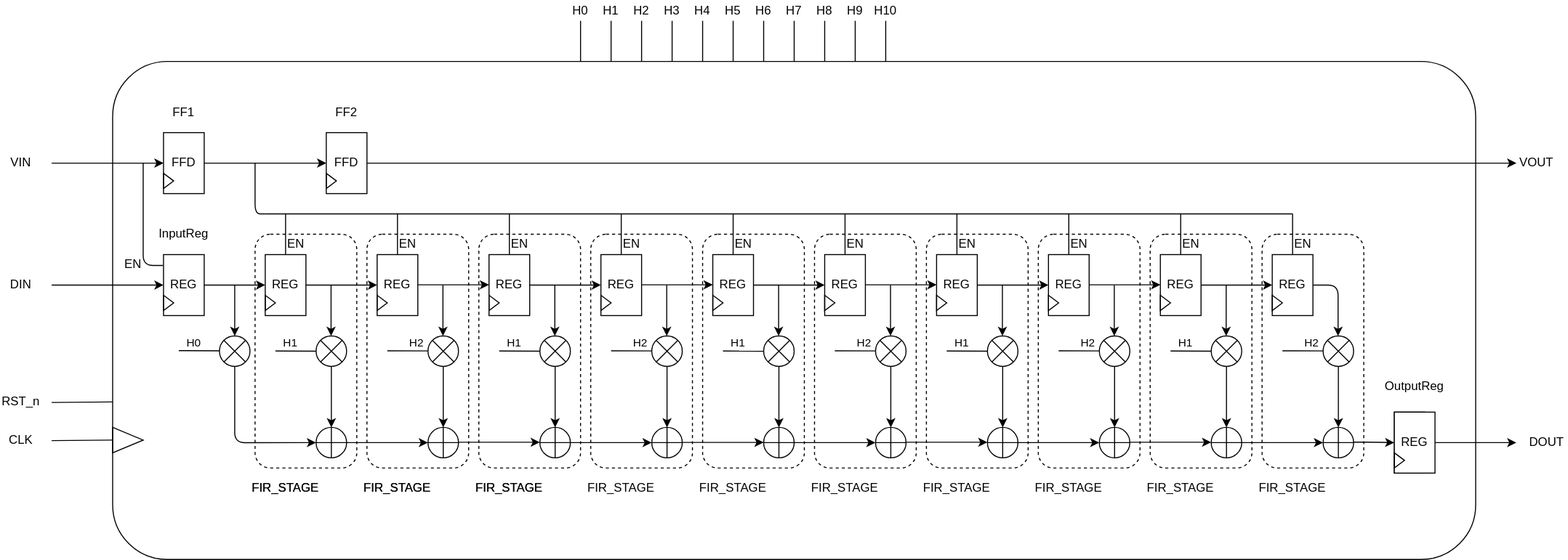
Above: report/schematic/FIR_schem.svg in lorenzocarrano/ISA_2021_Group21_Labs (draw.io), before the change. Source tidied: cells renumbered, new cells last; positions are measured from the earlier drawing's top-left corner, leaving out a move shared by most shapes.
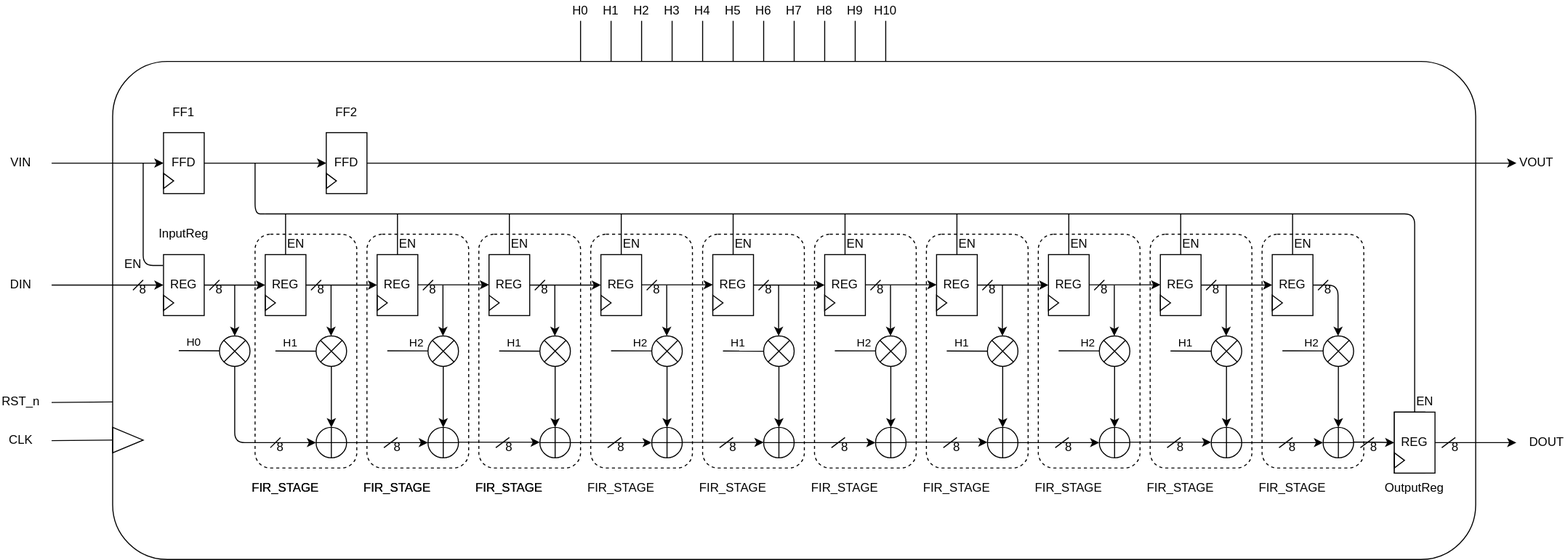
Above is the later version.

Commit message:
Fix FIR schem

Change to the diagram source:
```diff
@@ -188,10 +188,9 @@
         <mxPoint x="140" y="160" as="targetPoint" />
       </mxGeometry>
     </mxCell>
-    <mxCell id="44" style="endArrow=none;html=1;" parent="1" edge="1">
+    <mxCell id="44" style="endArrow=none;html=1;entryX=0.5;entryY=0;entryDx=0;entryDy=0;edgeStyle=orthogonalEdgeStyle;" parent="1" edge="1" target="148">
       <mxGeometry relative="1" as="geometry">
         <mxPoint x="260" y="210" as="sourcePoint" />
-        <mxPoint x="1270" y="210" as="targetPoint" />
       </mxGeometry>
     </mxCell>
     <mxCell id="45" style="endArrow=none;html=1;" parent="1" edge="1" source="22">
@@ -665,7 +664,7 @@
       <mxGeometry y="422.5" width="40" height="20" as="geometry" />
     </mxCell>
     <mxCell id="153" value="OutputReg" style="text;html=1;strokeColor=none;fillColor=none;align=center;verticalAlign=middle;whiteSpace=wrap;rounded=0;" parent="1" vertex="1">
-      <mxGeometry x="1370" y="370" width="40" height="20" as="geometry" />
+      <mxGeometry x="1370" y="470" width="40" height="20" as="geometry" />
     </mxCell>
     <mxCell id="154" value="FIR_STAGE" style="text;html=1;strokeColor=none;fillColor=none;align=center;verticalAlign=middle;whiteSpace=wrap;rounded=0;" parent="1" vertex="1">
       <mxGeometry x="260" y="470" width="40" height="20" as="geometry" />
@@ -845,5 +844,357 @@
         <mxPoint x="250" y="160" as="targetPoint" />
       </mxGeometry>
     </mxCell>
+    <mxCell id="204" value="EN" style="text;html=1;strokeColor=none;fillColor=none;align=left;verticalAlign=middle;whiteSpace=wrap;rounded=0;" parent="1" vertex="1">
+      <mxGeometry x="1390" y="385" width="40" height="20" as="geometry" />
+    </mxCell>
+    <mxCell id="205" style="group;" parent="1" vertex="1">
+      <mxGeometry x="125" y="280" width="30" height="10" as="geometry" />
+    </mxCell>
+    <mxCell id="206" style="endArrow=none;html=1;" parent="205" edge="1">
+      <mxGeometry relative="1" as="geometry">
+        <mxPoint x="5" y="5" as="sourcePoint" />
+        <mxPoint x="15" y="-5" as="targetPoint" />
+        <Array as="points">
+          <mxPoint x="5" y="5" />
+        </Array>
+      </mxGeometry>
+    </mxCell>
+    <mxCell id="207" value="8" style="text;html=1;strokeColor=none;fillColor=none;align=center;verticalAlign=middle;whiteSpace=wrap;rounded=0;" parent="205" vertex="1">
+      <mxGeometry width="30" height="10" as="geometry" />
+    </mxCell>
+    <mxCell id="208" style="group;" parent="1" vertex="1">
+      <mxGeometry x="200" y="280" width="30" height="10" as="geometry" />
+    </mxCell>
+    <mxCell id="209" style="endArrow=none;html=1;" parent="208" edge="1">
+      <mxGeometry relative="1" as="geometry">
+        <mxPoint x="5" y="5" as="sourcePoint" />
+        <mxPoint x="15" y="-5" as="targetPoint" />
+        <Array as="points">
+          <mxPoint x="5" y="5" />
+        </Array>
+      </mxGeometry>
+    </mxCell>
+    <mxCell id="210" value="8" style="text;html=1;strokeColor=none;fillColor=none;align=center;verticalAlign=middle;whiteSpace=wrap;rounded=0;" parent="208" vertex="1">
+      <mxGeometry width="30" height="10" as="geometry" />
+    </mxCell>
+    <mxCell id="211" style="group;" parent="1" vertex="1">
+      <mxGeometry x="300" y="280" width="30" height="10" as="geometry" />
+    </mxCell>
+    <mxCell id="212" style="endArrow=none;html=1;" parent="211" edge="1">
+      <mxGeometry relative="1" as="geometry">
+        <mxPoint x="5" y="5" as="sourcePoint" />
+        <mxPoint x="15" y="-5" as="targetPoint" />
+        <Array as="points">
+          <mxPoint x="5" y="5" />
+        </Array>
+      </mxGeometry>
+    </mxCell>
+    <mxCell id="213" value="8" style="text;html=1;strokeColor=none;fillColor=none;align=center;verticalAlign=middle;whiteSpace=wrap;rounded=0;" parent="211" vertex="1">
+      <mxGeometry width="30" height="10" as="geometry" />
+    </mxCell>
+    <mxCell id="214" style="group;" parent="1" vertex="1">
+      <mxGeometry x="410" y="280" width="30" height="10" as="geometry" />
+    </mxCell>
+    <mxCell id="215" style="endArrow=none;html=1;" parent="214" edge="1">
+      <mxGeometry relative="1" as="geometry">
+        <mxPoint x="5" y="5" as="sourcePoint" />
+        <mxPoint x="15" y="-5" as="targetPoint" />
+        <Array as="points">
+          <mxPoint x="5" y="5" />
+        </Array>
+      </mxGeometry>
+    </mxCell>
+    <mxCell id="216" value="8" style="text;html=1;strokeColor=none;fillColor=none;align=center;verticalAlign=middle;whiteSpace=wrap;rounded=0;" parent="214" vertex="1">
+      <mxGeometry width="30" height="10" as="geometry" />
+    </mxCell>
+    <mxCell id="217" style="group;" parent="1" vertex="1">
+      <mxGeometry x="520" y="280" width="30" height="10" as="geometry" />
+    </mxCell>
+    <mxCell id="218" style="endArrow=none;html=1;" parent="217" edge="1">
+      <mxGeometry relative="1" as="geometry">
+        <mxPoint x="5" y="5" as="sourcePoint" />
+        <mxPoint x="15" y="-5" as="targetPoint" />
+        <Array as="points">
+          <mxPoint x="5" y="5" />
+        </Array>
+      </mxGeometry>
+    </mxCell>
+    <mxCell id="219" value="8" style="text;html=1;strokeColor=none;fillColor=none;align=center;verticalAlign=middle;whiteSpace=wrap;rounded=0;" parent="217" vertex="1">
+      <mxGeometry width="30" height="10" as="geometry" />
+    </mxCell>
+    <mxCell id="220" style="group;" parent="1" vertex="1">
+      <mxGeometry x="630" y="280" width="30" height="10" as="geometry" />
+    </mxCell>
+    <mxCell id="221" style="endArrow=none;html=1;" parent="220" edge="1">
+      <mxGeometry relative="1" as="geometry">
+        <mxPoint x="5" y="5" as="sourcePoint" />
+        <mxPoint x="15" y="-5" as="targetPoint" />
+        <Array as="points">
+          <mxPoint x="5" y="5" />
+        </Array>
+      </mxGeometry>
+    </mxCell>
+    <mxCell id="222" value="8" style="text;html=1;strokeColor=none;fillColor=none;align=center;verticalAlign=middle;whiteSpace=wrap;rounded=0;" parent="220" vertex="1">
+      <mxGeometry width="30" height="10" as="geometry" />
+    </mxCell>
+    <mxCell id="223" style="group;" parent="1" vertex="1">
+      <mxGeometry x="740" y="280" width="30" height="10" as="geometry" />
+    </mxCell>
+    <mxCell id="224" style="endArrow=none;html=1;" parent="223" edge="1">
+      <mxGeometry relative="1" as="geometry">
+        <mxPoint x="5" y="5" as="sourcePoint" />
+        <mxPoint x="15" y="-5" as="targetPoint" />
+        <Array as="points">
+          <mxPoint x="5" y="5" />
+        </Array>
+      </mxGeometry>
+    </mxCell>
+    <mxCell id="225" value="8" style="text;html=1;strokeColor=none;fillColor=none;align=center;verticalAlign=middle;whiteSpace=wrap;rounded=0;" parent="223" vertex="1">
+      <mxGeometry width="30" height="10" as="geometry" />
+    </mxCell>
+    <mxCell id="226" style="group;" parent="1" vertex="1">
+      <mxGeometry x="850" y="280" width="30" height="10" as="geometry" />
+    </mxCell>
+    <mxCell id="227" style="endArrow=none;html=1;" parent="226" edge="1">
+      <mxGeometry relative="1" as="geometry">
+        <mxPoint x="5" y="5" as="sourcePoint" />
+        <mxPoint x="15" y="-5" as="targetPoint" />
+        <Array as="points">
+          <mxPoint x="5" y="5" />
+        </Array>
+      </mxGeometry>
+    </mxCell>
+    <mxCell id="228" value="8" style="text;html=1;strokeColor=none;fillColor=none;align=center;verticalAlign=middle;whiteSpace=wrap;rounded=0;" parent="226" vertex="1">
+      <mxGeometry width="30" height="10" as="geometry" />
+    </mxCell>
+    <mxCell id="229" style="group;" parent="1" vertex="1">
+      <mxGeometry x="960" y="280" width="30" height="10" as="geometry" />
+    </mxCell>
+    <mxCell id="230" style="endArrow=none;html=1;" parent="229" edge="1">
+      <mxGeometry relative="1" as="geometry">
+        <mxPoint x="5" y="5" as="sourcePoint" />
+        <mxPoint x="15" y="-5" as="targetPoint" />
+        <Array as="points">
+          <mxPoint x="5" y="5" />
+        </Array>
+      </mxGeometry>
+    </mxCell>
+    <mxCell id="231" value="8" style="text;html=1;strokeColor=none;fillColor=none;align=center;verticalAlign=middle;whiteSpace=wrap;rounded=0;" parent="229" vertex="1">
+      <mxGeometry width="30" height="10" as="geometry" />
+    </mxCell>
+    <mxCell id="232" style="group;" parent="1" vertex="1">
+      <mxGeometry x="1070" y="280" width="30" height="10" as="geometry" />
+    </mxCell>
+    <mxCell id="233" style="endArrow=none;html=1;" parent="232" edge="1">
+      <mxGeometry relative="1" as="geometry">
+        <mxPoint x="5" y="5" as="sourcePoint" />
+        <mxPoint x="15" y="-5" as="targetPoint" />
+        <Array as="points">
+          <mxPoint x="5" y="5" />
+        </Array>
+      </mxGeometry>
+    </mxCell>
+    <mxCell id="234" value="8" style="text;html=1;strokeColor=none;fillColor=none;align=center;verticalAlign=middle;whiteSpace=wrap;rounded=0;" parent="232" vertex="1">
+      <mxGeometry width="30" height="10" as="geometry" />
+    </mxCell>
+    <mxCell id="235" style="group;" parent="1" vertex="1">
+      <mxGeometry x="1180" y="280" width="30" height="10" as="geometry" />
+    </mxCell>
+    <mxCell id="236" style="endArrow=none;html=1;" parent="235" edge="1">
+      <mxGeometry relative="1" as="geometry">
+        <mxPoint x="5" y="5" as="sourcePoint" />
+        <mxPoint x="15" y="-5" as="targetPoint" />
+        <Array as="points">
+          <mxPoint x="5" y="5" />
+        </Array>
+      </mxGeometry>
+    </mxCell>
+    <mxCell id="237" value="8" style="text;html=1;strokeColor=none;fillColor=none;align=center;verticalAlign=middle;whiteSpace=wrap;rounded=0;" parent="235" vertex="1">
+      <mxGeometry width="30" height="10" as="geometry" />
+    </mxCell>
+    <mxCell id="238" style="group;" parent="1" vertex="1">
+      <mxGeometry x="1290" y="280" width="30" height="10" as="geometry" />
+    </mxCell>
+    <mxCell id="239" style="endArrow=none;html=1;" parent="238" edge="1">
+      <mxGeometry relative="1" as="geometry">
+        <mxPoint x="5" y="5" as="sourcePoint" />
+        <mxPoint x="15" y="-5" as="targetPoint" />
+        <Array as="points">
+          <mxPoint x="5" y="5" />
+        </Array>
+      </mxGeometry>
+    </mxCell>
+    <mxCell id="240" value="8" style="text;html=1;strokeColor=none;fillColor=none;align=center;verticalAlign=middle;whiteSpace=wrap;rounded=0;" parent="238" vertex="1">
+      <mxGeometry width="30" height="10" as="geometry" />
+    </mxCell>
+    <mxCell id="241" style="group;" parent="1" vertex="1">
+      <mxGeometry x="260" y="435" width="30" height="10" as="geometry" />
+    </mxCell>
+    <mxCell id="242" style="endArrow=none;html=1;" parent="241" edge="1">
+      <mxGeometry relative="1" as="geometry">
+        <mxPoint x="5" y="5" as="sourcePoint" />
+        <mxPoint x="15" y="-5" as="targetPoint" />
+        <Array as="points">
+          <mxPoint x="5" y="5" />
+        </Array>
+      </mxGeometry>
+    </mxCell>
+    <mxCell id="243" value="8" style="text;html=1;strokeColor=none;fillColor=none;align=center;verticalAlign=middle;whiteSpace=wrap;rounded=0;" parent="241" vertex="1">
+      <mxGeometry x="5" width="20" height="10" as="geometry" />
+    </mxCell>
+    <mxCell id="244" style="group;" parent="1" vertex="1">
+      <mxGeometry x="1410" y="430" width="40" height="20" as="geometry" />
+    </mxCell>
+    <mxCell id="245" style="endArrow=none;html=1;entryX=0.5;entryY=0;entryDx=0;entryDy=0;" parent="244" edge="1" target="246">
+      <mxGeometry relative="1" as="geometry">
+        <mxPoint x="6.7" y="10" as="sourcePoint" />
+        <Array as="points">
+          <mxPoint x="6.7" y="10" />
+        </Array>
+      </mxGeometry>
+    </mxCell>
+    <mxCell id="246" value="8" style="text;html=1;strokeColor=none;fillColor=none;align=center;verticalAlign=middle;whiteSpace=wrap;rounded=0;" parent="244" vertex="1">
+      <mxGeometry width="40" height="20" as="geometry" />
+    </mxCell>
+    <mxCell id="247" style="group;" parent="1" vertex="1">
+      <mxGeometry x="1330" y="430" width="40" height="20" as="geometry" />
+    </mxCell>
+    <mxCell id="248" style="endArrow=none;html=1;entryX=0.5;entryY=0;entryDx=0;entryDy=0;" parent="247" edge="1" target="249">
+      <mxGeometry relative="1" as="geometry">
+        <mxPoint x="6.7" y="10" as="sourcePoint" />
+        <Array as="points">
+          <mxPoint x="6.7" y="10" />
+        </Array>
+      </mxGeometry>
+    </mxCell>
+    <mxCell id="249" value="8" style="text;html=1;strokeColor=none;fillColor=none;align=center;verticalAlign=middle;whiteSpace=wrap;rounded=0;" parent="247" vertex="1">
+      <mxGeometry width="40" height="20" as="geometry" />
+    </mxCell>
+    <mxCell id="250" style="group;" parent="1" vertex="1">
+      <mxGeometry x="1250" y="430" width="40" height="20" as="geometry" />
+    </mxCell>
+    <mxCell id="251" style="endArrow=none;html=1;entryX=0.5;entryY=0;entryDx=0;entryDy=0;" parent="250" edge="1" target="252">
+      <mxGeometry relative="1" as="geometry">
+        <mxPoint x="6.7" y="10" as="sourcePoint" />
+        <Array as="points">
+          <mxPoint x="6.7" y="10" />
+        </Array>
+      </mxGeometry>
+    </mxCell>
+    <mxCell id="252" value="8" style="text;html=1;strokeColor=none;fillColor=none;align=center;verticalAlign=middle;whiteSpace=wrap;rounded=0;" parent="250" vertex="1">
+      <mxGeometry width="40" height="20" as="geometry" />
+    </mxCell>
+    <mxCell id="253" style="group;" parent="1" vertex="1">
+      <mxGeometry x="1140" y="430" width="40" height="20" as="geometry" />
+    </mxCell>
+    <mxCell id="254" style="endArrow=none;html=1;entryX=0.5;entryY=0;entryDx=0;entryDy=0;" parent="253" edge="1" target="255">
+      <mxGeometry relative="1" as="geometry">
+        <mxPoint x="6.7" y="10" as="sourcePoint" />
+        <Array as="points">
+          <mxPoint x="6.7" y="10" />
+        </Array>
+      </mxGeometry>
+    </mxCell>
+    <mxCell id="255" value="8" style="text;html=1;strokeColor=none;fillColor=none;align=center;verticalAlign=middle;whiteSpace=wrap;rounded=0;" parent="253" vertex="1">
+      <mxGeometry width="40" height="20" as="geometry" />
+    </mxCell>
+    <mxCell id="256" style="group;" parent="1" vertex="1">
+      <mxGeometry x="1030" y="430" width="40" height="20" as="geometry" />
+    </mxCell>
+    <mxCell id="257" style="endArrow=none;html=1;entryX=0.5;entryY=0;entryDx=0;entryDy=0;" parent="256" edge="1" target="258">
+      <mxGeometry relative="1" as="geometry">
+        <mxPoint x="6.7" y="10" as="sourcePoint" />
+        <Array as="points">
+          <mxPoint x="6.7" y="10" />
+        </Array>
+      </mxGeometry>
+    </mxCell>
+    <mxCell id="258" value="8" style="text;html=1;strokeColor=none;fillColor=none;align=center;verticalAlign=middle;whiteSpace=wrap;rounded=0;" parent="256" vertex="1">
+      <mxGeometry width="40" height="20" as="geometry" />
+    </mxCell>
+    <mxCell id="259" style="group;" parent="1" vertex="1">
+      <mxGeometry x="920" y="430" width="40" height="20" as="geometry" />
+    </mxCell>
+    <mxCell id="260" style="endArrow=none;html=1;entryX=0.5;entryY=0;entryDx=0;entryDy=0;" parent="259" edge="1" target="261">
+      <mxGeometry relative="1" as="geometry">
+        <mxPoint x="6.7" y="10" as="sourcePoint" />
+        <Array as="points">
+          <mxPoint x="6.7" y="10" />
+        </Array>
+      </mxGeometry>
+    </mxCell>
+    <mxCell id="261" value="8" style="text;html=1;strokeColor=none;fillColor=none;align=center;verticalAlign=middle;whiteSpace=wrap;rounded=0;" parent="259" vertex="1">
+      <mxGeometry width="40" height="20" as="geometry" />
+    </mxCell>
+    <mxCell id="262" style="group;" parent="1" vertex="1">
+      <mxGeometry x="810" y="430" width="40" height="20" as="geometry" />
+    </mxCell>
+    <mxCell id="263" style="endArrow=none;html=1;entryX=0.5;entryY=0;entryDx=0;entryDy=0;" parent="262" edge="1" target="264">
+      <mxGeometry relative="1" as="geometry">
+        <mxPoint x="6.7" y="10" as="sourcePoint" />
+        <Array as="points">
+          <mxPoint x="6.7" y="10" />
+        </Array>
+      </mxGeometry>
+    </mxCell>
+    <mxCell id="264" value="8" style="text;html=1;strokeColor=none;fillColor=none;align=center;verticalAlign=middle;whiteSpace=wrap;rounded=0;" parent="262" vertex="1">
+      <mxGeometry width="40" height="20" as="geometry" />
+    </mxCell>
+    <mxCell id="265" style="group;" parent="1" vertex="1">
+      <mxGeometry x="700" y="430" width="40" height="20" as="geometry" />
+    </mxCell>
+    <mxCell id="266" style="endArrow=none;html=1;entryX=0.5;entryY=0;entryDx=0;entryDy=0;" parent="265" edge="1" target="267">
+      <mxGeometry relative="1" as="geometry">
+        <mxPoint x="6.7" y="10" as="sourcePoint" />
+        <Array as="points">
+          <mxPoint x="6.7" y="10" />
+        </Array>
+      </mxGeometry>
+    </mxCell>
+    <mxCell id="267" value="8" style="text;html=1;strokeColor=none;fillColor=none;align=center;verticalAlign=middle;whiteSpace=wrap;rounded=0;" parent="265" vertex="1">
+      <mxGeometry width="40" height="20" as="geometry" />
+    </mxCell>
+    <mxCell id="268" style="group;" parent="1" vertex="1">
+      <mxGeometry x="590" y="430" width="40" height="20" as="geometry" />
+    </mxCell>
+    <mxCell id="269" style="endArrow=none;html=1;entryX=0.5;entryY=0;entryDx=0;entryDy=0;" parent="268" edge="1" target="270">
+      <mxGeometry relative="1" as="geometry">
+        <mxPoint x="6.7" y="10" as="sourcePoint" />
+        <Array as="points">
+          <mxPoint x="6.7" y="10" />
+        </Array>
+      </mxGeometry>
+    </mxCell>
+    <mxCell id="270" value="8" style="text;html=1;strokeColor=none;fillColor=none;align=center;verticalAlign=middle;whiteSpace=wrap;rounded=0;" parent="268" vertex="1">
+      <mxGeometry width="40" height="20" as="geometry" />
+    </mxCell>
+    <mxCell id="271" style="group;" parent="1" vertex="1">
+      <mxGeometry x="480" y="430" width="40" height="20" as="geometry" />
+    </mxCell>
+    <mxCell id="272" style="endArrow=none;html=1;entryX=0.5;entryY=0;entryDx=0;entryDy=0;" parent="271" edge="1" target="273">
+      <mxGeometry relative="1" as="geometry">
+        <mxPoint x="6.7" y="10" as="sourcePoint" />
+        <Array as="points">
+          <mxPoint x="6.7" y="10" />
+        </Array>
+      </mxGeometry>
+    </mxCell>
+    <mxCell id="273" value="8" style="text;html=1;strokeColor=none;fillColor=none;align=center;verticalAlign=middle;whiteSpace=wrap;rounded=0;" parent="271" vertex="1">
+      <mxGeometry width="40" height="20" as="geometry" />
+    </mxCell>
+    <mxCell id="274" style="group;" parent="1" vertex="1">
+      <mxGeometry x="370" y="430" width="40" height="20" as="geometry" />
+    </mxCell>
+    <mxCell id="275" style="endArrow=none;html=1;entryX=0.5;entryY=0;entryDx=0;entryDy=0;" parent="274" edge="1" target="276">
+      <mxGeometry relative="1" as="geometry">
+        <mxPoint x="6.7" y="10" as="sourcePoint" />
+        <Array as="points">
+          <mxPoint x="6.7" y="10" />
+        </Array>
+      </mxGeometry>
+    </mxCell>
+    <mxCell id="276" value="8" style="text;html=1;strokeColor=none;fillColor=none;align=center;verticalAlign=middle;whiteSpace=wrap;rounded=0;" parent="274" vertex="1">
+      <mxGeometry width="40" height="20" as="geometry" />
+    </mxCell>
   </root>
 </mxGraphModel>
```
